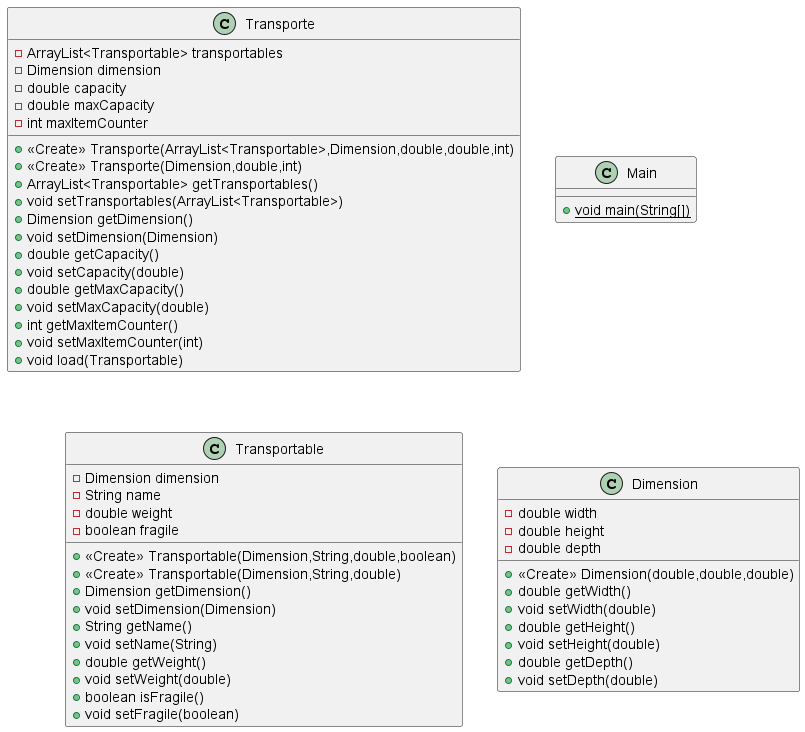
sergiomedinaio/empresa_mudanzas_sa keeps this PlantUML diagram as empresa_mudanzas_sa.png. Above is the earlier version.
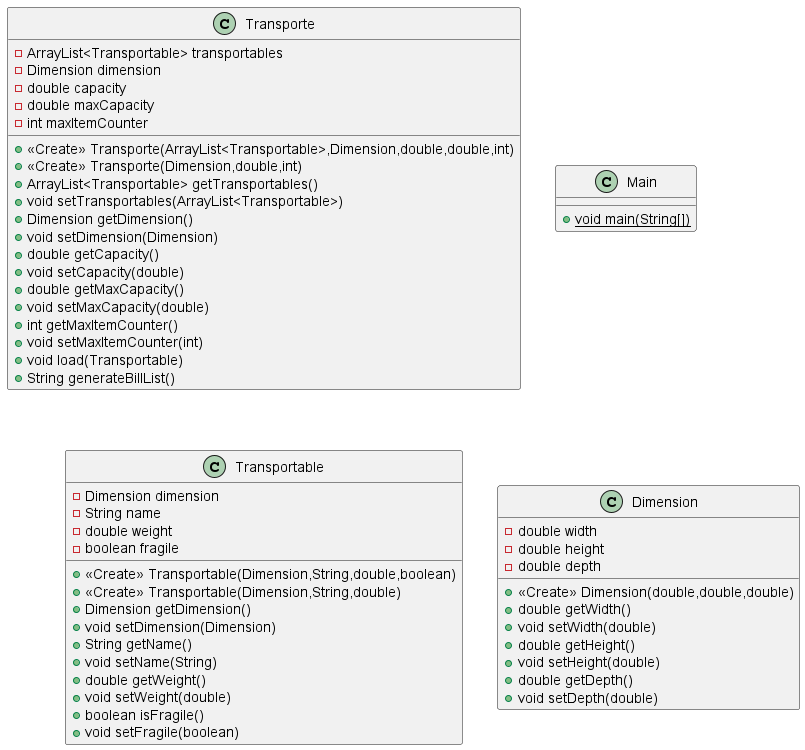
After the commit.

Commit message:
docs: add bill generator

Diff of the diagram source:
```diff
@@ -18,6 +18,7 @@
 + int getMaxItemCounter()
 + void setMaxItemCounter(int)
 + void load(Transportable)
++ String generateBillList()
 }
 class Main {
 + {static} void main(String[])
```
